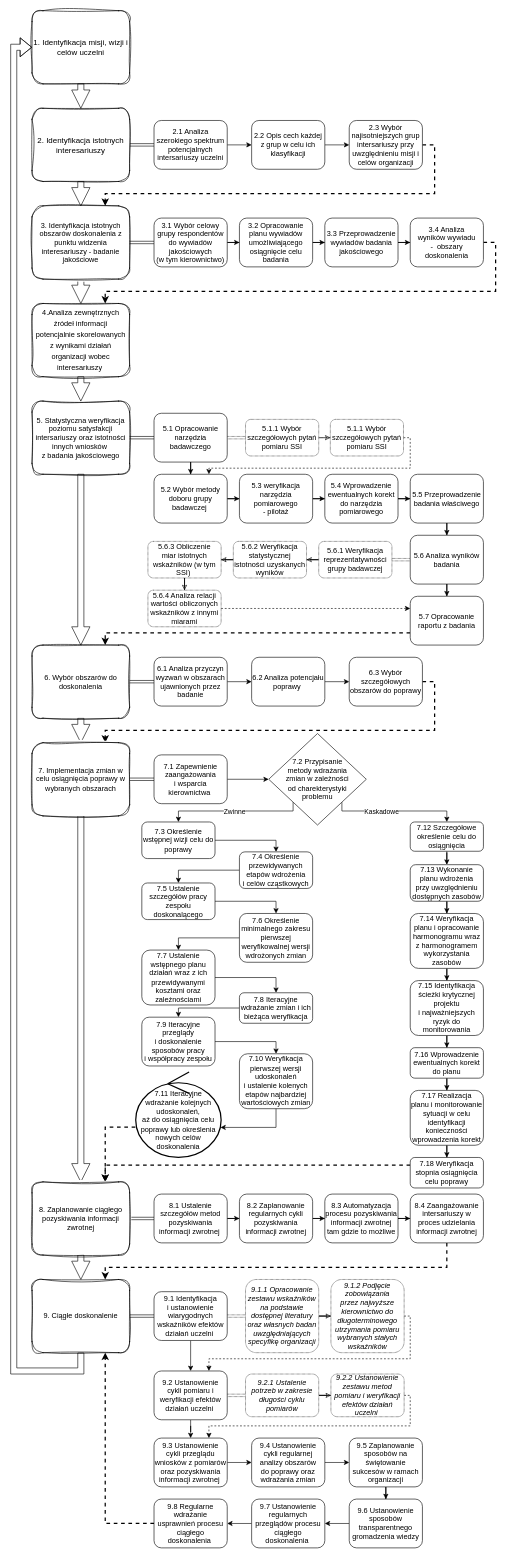
This is pomocnicze/robocze/Model doskonalenia QMS z wykorzystaniem pomiaru SSI.drawio from JeanPaulSzefler/doktorat_git, a draw.io file, before an edit. Source tidied: cells renumbered, new cells numbered last; positions are measured from the earlier drawing's top-left corner, leaving out a move shared by most shapes. Both pictures are drawn from the tidied source at 61%, with x=0, y=0 at pixel (13, 10).
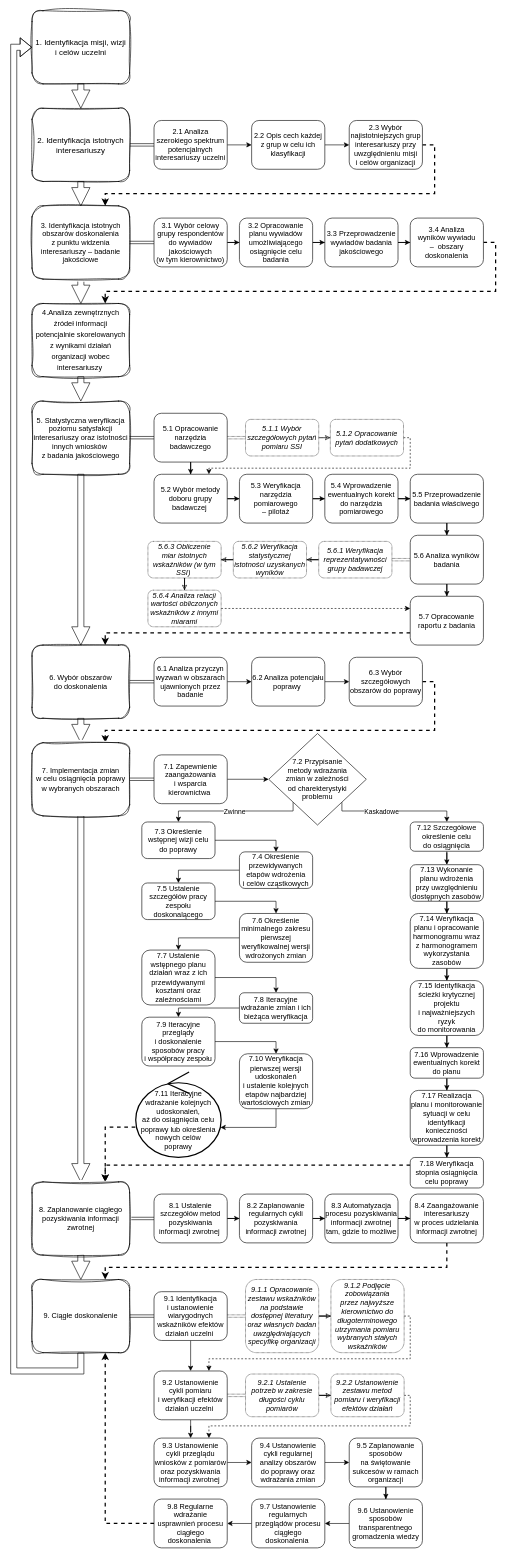
Above is the later version.

Commit message (it also covers changes not shown here):
tabela SDQM vs ISO21001 v0.3 + korekta diagramu

The edit, as a diff of the source:
```diff
@@
-    <mxCell id="2" value="1. Identyfikacja misji, wizji i celów uczelni" style="rounded=1;whiteSpace=wrap;html=1;fontSize=13;sketch=1;curveFitting=1;jiggle=2;" parent="1" vertex="1">
+    <mxCell id="2" value="1. Identyfikacja misji, wizji &lt;br&gt;i celów uczelni" style="rounded=1;whiteSpace=wrap;html=1;fontSize=13;sketch=1;curveFitting=1;jiggle=2;" parent="1" vertex="1">
       <mxGeometry x="30" width="160" height="120" as="geometry" />
     </mxCell>
@@
-    <mxCell id="5" value="&lt;font style=&quot;font-size: 12px;&quot;&gt;6. Wybór obszarów do doskonalenia&lt;/font&gt;" style="rounded=1;whiteSpace=wrap;html=1;sketch=1;curveFitting=1;jiggle=2;" parent="1" vertex="1">
+    <mxCell id="5" value="&lt;font style=&quot;font-size: 12px;&quot;&gt;6. Wybór obszarów &lt;br&gt;do doskonalenia&lt;/font&gt;" style="rounded=1;whiteSpace=wrap;html=1;sketch=1;curveFitting=1;jiggle=2;" parent="1" vertex="1">
       <mxGeometry x="30" y="1040" width="160" height="120" as="geometry" />
     </mxCell>
@@
-    <mxCell id="14" value="3. Identyfikacja istotnych obszarów doskonalenia z punktu widzenia interesariuszy - badanie jakościowe" style="rounded=1;whiteSpace=wrap;html=1;sketch=1;curveFitting=1;jiggle=2;" parent="1" vertex="1">
+    <mxCell id="14" value="3. Identyfikacja istotnych obszarów doskonalenia &lt;br&gt;z punktu widzenia interesariuszy – badanie jakościowe" style="rounded=1;whiteSpace=wrap;html=1;sketch=1;curveFitting=1;jiggle=2;" parent="1" vertex="1">
       <mxGeometry x="30" y="320" width="160" height="120" as="geometry" />
     </mxCell>
@@
-    <mxCell id="18" value="2.1 Analiza szerokiego spektrum potencjalnych intersariuszy uczelni" style="rounded=1;whiteSpace=wrap;html=1;" parent="1" vertex="1">
+    <mxCell id="18" value="2.1 Analiza szerokiego spektrum potencjalnych interesariuszy uczelni" style="rounded=1;whiteSpace=wrap;html=1;" parent="1" vertex="1">
       <mxGeometry x="230" y="180" width="120" height="80" as="geometry" />
     </mxCell>
@@
-    <mxCell id="24" value="2.3 Wybór najisotniejszych grup intersariuszy przy uwzględnieniu misji i celów organizacji" style="whiteSpace=wrap;html=1;rounded=1;" parent="1" vertex="1">
+    <mxCell id="24" value="2.3 Wybór najistotniejszych grup interesariuszy przy uwzględnieniu misji &lt;br&gt;i celów organizacji" style="whiteSpace=wrap;html=1;rounded=1;" parent="1" vertex="1">
       <mxGeometry x="550" y="180" width="120" height="80" as="geometry" />
     </mxCell>
@@
-    <mxCell id="30" value="3.4 Analiza &lt;br&gt;wyników wywiadu&lt;br&gt;-&amp;nbsp; obszary doskonalenia" style="rounded=1;whiteSpace=wrap;html=1;" parent="1" vertex="1">
+    <mxCell id="30" value="3.4 Analiza &lt;br&gt;wyników wywiadu&lt;br&gt;–&amp;nbsp; obszary doskonalenia" style="rounded=1;whiteSpace=wrap;html=1;" parent="1" vertex="1">
       <mxGeometry x="650" y="340" width="120" height="80" as="geometry" />
     </mxCell>
@@
-    <mxCell id="32" value="5.3 weryfikacja narzędzia pomiarowego&lt;br&gt;- pilotaż" style="whiteSpace=wrap;html=1;rounded=1;" parent="1" vertex="1">
+    <mxCell id="32" value="5.3 Weryfikacja narzędzia pomiarowego&lt;br&gt;– pilotaż" style="whiteSpace=wrap;html=1;rounded=1;" parent="1" vertex="1">
       <mxGeometry x="370" y="760" width="120" height="80" as="geometry" />
     </mxCell>
@@
-    <mxCell id="45" value="&lt;font style=&quot;font-size: 12px;&quot;&gt;5. Statystyczna weryfikacja poziomu satysfakcji intersariuszy oraz istotności innych wniosków&amp;nbsp;&lt;br&gt;z badania jakościowego&lt;/font&gt;" style="rounded=1;whiteSpace=wrap;html=1;sketch=1;curveFitting=1;jiggle=2;" parent="1" vertex="1">
+    <mxCell id="45" value="&lt;font style=&quot;font-size: 12px;&quot;&gt;5. Statystyczna weryfikacja poziomu satysfakcji interesariuszy oraz istotności innych wniosków&amp;nbsp;&lt;br&gt;z badania jakościowego&lt;/font&gt;" style="rounded=1;whiteSpace=wrap;html=1;sketch=1;curveFitting=1;jiggle=2;" parent="1" vertex="1">
       <mxGeometry x="30" y="640" width="160" height="120" as="geometry" />
     </mxCell>
@@
-    <mxCell id="47" value="5.1.1 Wybór szczegółowych pytań pomiaru SSI" style="rounded=1;whiteSpace=wrap;html=1;dashed=1;dashPattern=1 1;" parent="1" vertex="1">
+    <mxCell id="47" value="&lt;i&gt;5.1.1 Wybór szczegółowych pytań pomiaru SSI&lt;/i&gt;" style="rounded=1;whiteSpace=wrap;html=1;dashed=1;dashPattern=1 1;" parent="1" vertex="1">
       <mxGeometry x="380" y="670" width="120" height="60" as="geometry" />
     </mxCell>
@@
-    <mxCell id="49" value="5.1.1 Wybór szczegółowych pytań pomiaru SSI" style="rounded=1;whiteSpace=wrap;html=1;dashed=1;dashPattern=1 1;" parent="1" vertex="1">
+    <mxCell id="49" value="&lt;i&gt;5.1.2 Opracowanie pytań dodatkowych&lt;/i&gt;" style="rounded=1;whiteSpace=wrap;html=1;dashed=1;dashPattern=1 1;" parent="1" vertex="1">
       <mxGeometry x="519" y="670" width="120" height="60" as="geometry" />
     </mxCell>
@@
-    <mxCell id="53" value="5.6.1 Weryfikacja reprezentatywności grupy badawczej" style="whiteSpace=wrap;html=1;rounded=1;dashed=1;dashPattern=1 1;" parent="1" vertex="1">
+    <mxCell id="53" value="&lt;i&gt;5.6.1 Weryfikacja reprezentatywności grupy badawczej&lt;/i&gt;" style="whiteSpace=wrap;html=1;rounded=1;dashed=1;dashPattern=1 1;" parent="1" vertex="1">
       <mxGeometry x="500" y="870" width="120" height="60" as="geometry" />
     </mxCell>
@@
-    <mxCell id="55" value="5.6.2 Weryfikacja statystycznej istotności uzyskanych wyników" style="whiteSpace=wrap;html=1;rounded=1;dashed=1;dashPattern=1 1;" parent="1" vertex="1">
+    <mxCell id="55" value="&lt;i&gt;5.6.2 Weryfikacja statystycznej istotności uzyskanych wyników&lt;/i&gt;" style="whiteSpace=wrap;html=1;rounded=1;dashed=1;dashPattern=1 1;" parent="1" vertex="1">
       <mxGeometry x="360" y="870" width="120" height="60" as="geometry" />
     </mxCell>
@@
-    <mxCell id="57" value="5.6.3 Obliczenie &lt;br&gt;miar istotnych wskaźników (w tym SSI)&amp;nbsp;" style="whiteSpace=wrap;html=1;rounded=1;dashed=1;dashPattern=1 1;" parent="1" vertex="1">
+    <mxCell id="57" value="&lt;i&gt;5.6.3 Obliczenie &lt;br&gt;miar istotnych wskaźników (w tym SSI)&amp;nbsp;&lt;/i&gt;" style="whiteSpace=wrap;html=1;rounded=1;dashed=1;dashPattern=1 1;" parent="1" vertex="1">
       <mxGeometry x="220" y="870" width="120" height="60" as="geometry" />
     </mxCell>
@@
-    <mxCell id="59" value="5.6.4 Analiza relacji wartości obliczonych wskaźników z innymi miarami" style="whiteSpace=wrap;html=1;rounded=1;dashed=1;dashPattern=1 1;" parent="1" vertex="1">
+    <mxCell id="59" value="&lt;i&gt;5.6.4 Analiza relacji wartości obliczonych wskaźników z innymi miarami&lt;/i&gt;" style="whiteSpace=wrap;html=1;rounded=1;dashed=1;dashPattern=1 1;" parent="1" vertex="1">
       <mxGeometry x="220" y="950" width="120" height="60" as="geometry" />
     </mxCell>
@@
-    <mxCell id="61" value="7.3 Określenie wstępnej wizji celu do poprawy" style="rounded=1;whiteSpace=wrap;html=1;" parent="1" vertex="1">
+    <mxCell id="61" value="7.3 Określenie wstępnej wizji celu &lt;br&gt;do poprawy" style="rounded=1;whiteSpace=wrap;html=1;" parent="1" vertex="1">
       <mxGeometry x="210" y="1330" width="120" height="60" as="geometry" />
     </mxCell>
@@
-    <mxCell id="68" value="7. Implementacja zmian w celu osiągnięcia poprawy w wybranych obszarach" style="rounded=1;whiteSpace=wrap;html=1;sketch=1;curveFitting=1;jiggle=2;" parent="1" vertex="1">
+    <mxCell id="68" value="7. Implementacja zmian &lt;br&gt;w celu osiągnięcia poprawy w wybranych obszarach" style="rounded=1;whiteSpace=wrap;html=1;sketch=1;curveFitting=1;jiggle=2;" parent="1" vertex="1">
       <mxGeometry x="30" y="1200" width="160" height="120" as="geometry" />
     </mxCell>
@@
-    <mxCell id="90" value="7.10 Weryfikacja pierwszej wersji udoskonaleń &lt;br&gt;i ustalenie kolenych etapów najbardziej wartościowych zmian" style="rounded=1;whiteSpace=wrap;html=1;" parent="1" vertex="1">
+    <mxCell id="90" value="7.10 Weryfikacja pierwszej wersji udoskonaleń &lt;br&gt;i ustalenie kolejnych etapów najbardziej wartościowych zmian" style="rounded=1;whiteSpace=wrap;html=1;" parent="1" vertex="1">
       <mxGeometry x="370" y="1710" width="120" height="90" as="geometry" />
     </mxCell>
@@
-    <mxCell id="92" value="7.11 Iteracyjne &lt;br&gt;wdrażanie kolejnych udoskonaleń, &lt;br&gt;aż do osiągnięcia celu poprawy lub określenia nowych celów &lt;br&gt;doskonalenia" style="ellipse;shape=umlControl;whiteSpace=wrap;html=1;strokeWidth=2;" parent="1" vertex="1">
+    <mxCell id="92" value="7.11 Iteracyjne &lt;br&gt;wdrażanie kolejnych udoskonaleń, &lt;br&gt;aż do osiągnięcia celu poprawy lub określenia nowych celów &lt;br&gt;poprawy" style="ellipse;shape=umlControl;whiteSpace=wrap;html=1;strokeWidth=2;" parent="1" vertex="1">
       <mxGeometry x="200" y="1740" width="140" height="140" as="geometry" />
     </mxCell>
@@
-    <mxCell id="94" value="7.12 Szczegółowe określenie celu do osiągnięcia" style="rounded=1;whiteSpace=wrap;html=1;" parent="1" vertex="1">
+    <mxCell id="94" value="7.12 Szczegółowe określenie celu &lt;br&gt;do osiągnięcia" style="rounded=1;whiteSpace=wrap;html=1;" parent="1" vertex="1">
       <mxGeometry x="650" y="1330" width="120" height="48" as="geometry" />
     </mxCell>
@@
-    <mxCell id="100" value="7.15 Identyfikacja ścieżki krytycznej projektu &lt;br&gt;i najważniejszych ryzyk do monitorowania" style="rounded=1;whiteSpace=wrap;html=1;" parent="1" vertex="1">
+    <mxCell id="100" value="7.15 Identyfikacja ścieżki krytycznej projektu &lt;br&gt;i najważniejszych ryzyk &lt;br&gt;do monitorowania" style="rounded=1;whiteSpace=wrap;html=1;" parent="1" vertex="1">
       <mxGeometry x="650" y="1590" width="120" height="90" as="geometry" />
     </mxCell>
@@
-    <mxCell id="115" value="8.3 Automatyzacja procesu pozyskiwania informacji zwrotnej tam gdzie to możliwe" style="rounded=1;whiteSpace=wrap;html=1;" parent="1" vertex="1">
+    <mxCell id="115" value="8.3 Automatyzacja procesu pozyskiwania informacji zwrotnej tam, gdzie to możliwe" style="rounded=1;whiteSpace=wrap;html=1;" parent="1" vertex="1">
       <mxGeometry x="510" y="1940" width="120" height="80" as="geometry" />
     </mxCell>
@@
-    <mxCell id="117" value="8.4 Zaangażowanie intersariuszy w proces udzielania informacji zwrotnej" style="rounded=1;whiteSpace=wrap;html=1;" parent="1" vertex="1">
+    <mxCell id="117" value="8.4 Zaangażowanie interesariuszy &lt;br&gt;w proces udzielania informacji zwrotnej" style="rounded=1;whiteSpace=wrap;html=1;" parent="1" vertex="1">
       <mxGeometry x="650" y="1940" width="120" height="80" as="geometry" />
     </mxCell>
@@
-    <mxCell id="130" value="9.2 Ustanowienie cykli pomiaru i weryfikacji efektów działań uczelni&amp;nbsp;" style="rounded=1;whiteSpace=wrap;html=1;" parent="1" vertex="1">
+    <mxCell id="130" value="9.2 Ustanowienie cykli pomiaru &lt;br&gt;i weryfikacji efektów działań uczelni&amp;nbsp;" style="rounded=1;whiteSpace=wrap;html=1;" parent="1" vertex="1">
       <mxGeometry x="230" y="2230" width="120" height="80" as="geometry" />
     </mxCell>
@@
-    <mxCell id="134" value="&lt;i&gt;9.2.2 Ustanowienie zestawu metod pomiaru&amp;nbsp;i weryfikacji efektów działań uczelni&amp;nbsp;&lt;/i&gt;" style="rounded=1;whiteSpace=wrap;html=1;dashed=1;dashPattern=1 1;" parent="1" vertex="1">
+    <mxCell id="134" value="&lt;i&gt;9.2.2 Ustanowienie zestawu metod pomiaru&amp;nbsp;i weryfikacji efektów działań&lt;/i&gt;" style="rounded=1;whiteSpace=wrap;html=1;dashed=1;dashPattern=1 1;" parent="1" vertex="1">
       <mxGeometry x="520" y="2235" width="120" height="70" as="geometry" />
     </mxCell>
@@
-    <mxCell id="140" value="9.5 Zaplanowanie sposobów na świętowanie sukcesów w ramach organizacji" style="rounded=1;whiteSpace=wrap;html=1;" parent="1" vertex="1">
+    <mxCell id="140" value="9.5 Zaplanowanie sposobów &lt;br&gt;na świętowanie sukcesów w ramach organizacji" style="rounded=1;whiteSpace=wrap;html=1;" parent="1" vertex="1">
       <mxGeometry x="550" y="2340" width="120" height="80" as="geometry" />
     </mxCell>
```
